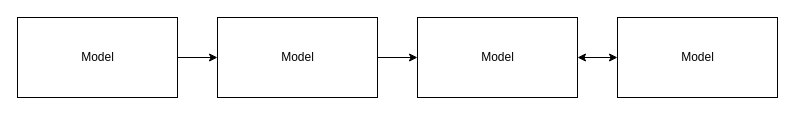
This is Untitled Diagram.drawio from selience/draw.io, a draw.io file, before an edit. Source tidied: cells renumbered, new cells numbered last; positions are measured from the earlier drawing's top-left corner, leaving out a move shared by most shapes. Both pictures are drawn from the tidied source at 100%, with x=0, y=0 at pixel (17, 17).
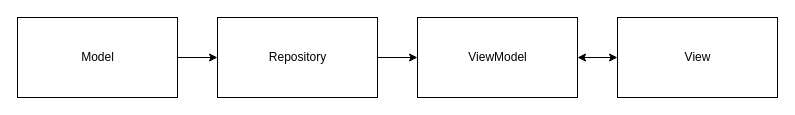
After the change.

The edit, as a diff of the source:
```diff
@@
 <mxGraphModel>
   <root>
     <mxCell id="0" />
     <mxCell id="1" parent="0" />
     <mxCell id="2" style="edgeStyle=orthogonalEdgeStyle;rounded=0;jettySize=auto;html=1;startArrow=none;startFill=0;" parent="1" edge="1" source="3" target="5">
       <mxGeometry relative="1" as="geometry" />
     </mxCell>
     <mxCell id="3" value="Model" style="html=1;" parent="1" vertex="1">
       <mxGeometry width="160" height="80" as="geometry" />
     </mxCell>
     <mxCell id="4" style="edgeStyle=orthogonalEdgeStyle;rounded=0;jettySize=auto;html=1;exitX=1;exitY=0.5;exitDx=0;exitDy=0;entryX=0;entryY=0.5;entryDx=0;entryDy=0;startArrow=none;startFill=0;" parent="1" edge="1" source="5" target="6">
       <mxGeometry relative="1" as="geometry" />
     </mxCell>
-    <mxCell id="5" value="Model" style="html=1;" parent="1" vertex="1">
+    <mxCell id="5" value="Repository" style="html=1;" parent="1" vertex="1">
       <mxGeometry x="200" width="160" height="80" as="geometry" />
     </mxCell>
-    <mxCell id="6" value="Model" style="html=1;" parent="1" vertex="1">
+    <mxCell id="6" value="ViewModel" style="html=1;" parent="1" vertex="1">
       <mxGeometry x="400" width="160" height="80" as="geometry" />
     </mxCell>
     <mxCell id="7" style="edgeStyle=orthogonalEdgeStyle;rounded=0;jettySize=auto;html=1;startArrow=classic;startFill=1;" parent="1" edge="1" source="8" target="6">
       <mxGeometry relative="1" as="geometry" />
     </mxCell>
-    <mxCell id="8" value="Model" style="html=1;" parent="1" vertex="1">
+    <mxCell id="8" value="View" style="html=1;" parent="1" vertex="1">
       <mxGeometry x="600" width="160" height="80" as="geometry" />
     </mxCell>
   </root>
 </mxGraphModel>
```
